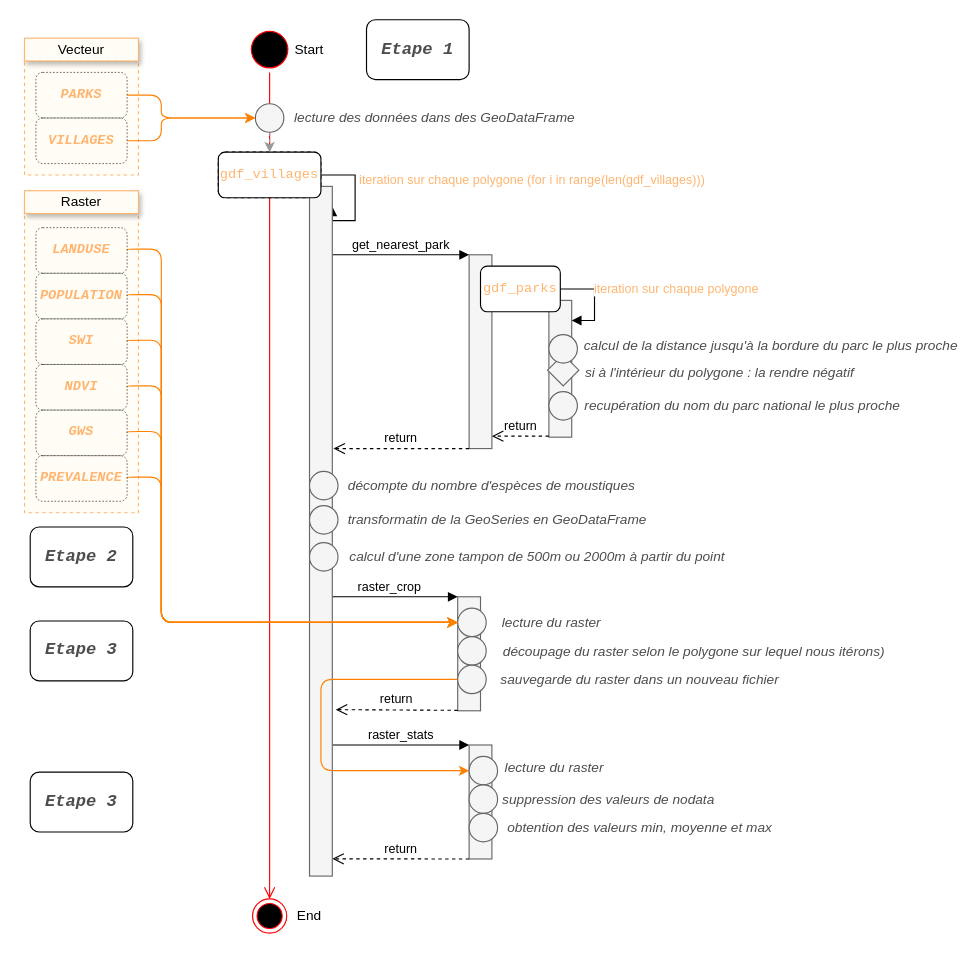
Earlier version of the draw.io diagram page "Par villages" (2 of 3) of docs/INPMT_simple.drawio (pierre-manchon/INPMT). Source tidied: cells renumbered, new cells numbered last; positions are measured from the earlier drawing's top-left corner, leaving out a move shared by most shapes. Both pictures are drawn from the tidied source at 114%, with x=0, y=0 at pixel (24, 19).
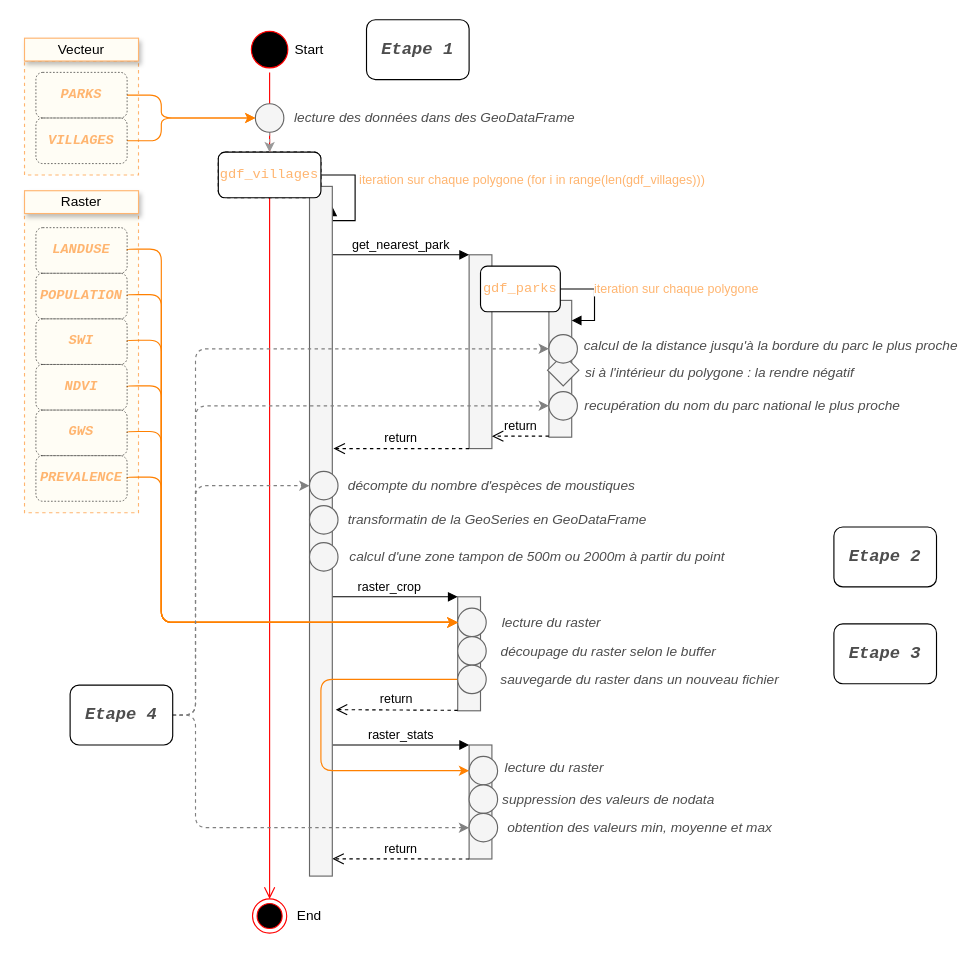
The same diagram, later.

Unchanged cells that the change refers to:
```xml
<mxCell id="41" style="ellipse;whiteSpace=wrap;html=1;rounded=1;shadow=0;glass=0;labelBackgroundColor=none;sketch=0;fontColor=#333333;strokeColor=#666666;strokeWidth=1;fillColor=#f5f5f5;" parent="1" vertex="1">
  <mxGeometry x="250" y="396" width="25" height="25" as="geometry" />
</mxCell>
<mxCell id="55" style="ellipse;whiteSpace=wrap;html=1;rounded=1;shadow=0;glass=0;labelBackgroundColor=none;sketch=0;fontColor=#333333;strokeColor=#666666;strokeWidth=1;fillColor=#f5f5f5;" parent="1" vertex="1">
  <mxGeometry x="390" y="696" width="25" height="25" as="geometry" />
</mxCell>
<mxCell id="56" style="ellipse;whiteSpace=wrap;html=1;rounded=1;shadow=0;glass=0;labelBackgroundColor=none;sketch=0;fontColor=#333333;strokeColor=#666666;strokeWidth=1;fillColor=#f5f5f5;" parent="1" vertex="1">
  <mxGeometry x="460" y="326" width="25" height="25" as="geometry" />
</mxCell>
<mxCell id="59" style="ellipse;whiteSpace=wrap;html=1;rounded=1;shadow=0;glass=0;labelBackgroundColor=none;sketch=0;fontColor=#333333;strokeColor=#666666;strokeWidth=1;fillColor=#f5f5f5;" parent="1" vertex="1">
  <mxGeometry x="460" y="276" width="25" height="25" as="geometry" />
</mxCell>
```

What changed in the source:
```diff
@@
-    <mxCell id="44" value="&lt;div&gt;découpage du raster selon le polygone sur lequel nous itérons)&lt;/div&gt;" style="text;html=1;align=center;verticalAlign=middle;whiteSpace=wrap;rounded=0;shadow=0;glass=0;labelBackgroundColor=none;sketch=0;fontColor=#4D4D4D;fontStyle=2;" parent="1" vertex="1">
-      <mxGeometry x="415" y="543.5" width="345" height="20" as="geometry" />
+    <mxCell id="44" value="&lt;div&gt;découpage du raster selon le buffer&lt;/div&gt;" style="text;html=1;align=center;verticalAlign=middle;whiteSpace=wrap;rounded=0;shadow=0;glass=0;labelBackgroundColor=none;sketch=0;fontColor=#4D4D4D;fontStyle=2;" parent="1" vertex="1">
+      <mxGeometry x="415" y="543.5" width="195" height="20" as="geometry" />
     </mxCell>
@@
     <mxCell id="70" value="&lt;pre style=&quot;font-family: &amp;quot;fira code&amp;quot;, monospace; font-size: 15px;&quot;&gt;&lt;pre style=&quot;font-family: &amp;quot;fira code&amp;quot;, monospace; font-size: 15px;&quot;&gt;&lt;font color=&quot;#4d4d4d&quot; style=&quot;line-height: 100%; font-size: 15px;&quot;&gt;Etape 2&lt;/font&gt;&lt;/pre&gt;&lt;/pre&gt;" style="rounded=1;whiteSpace=wrap;html=1;sketch=0;shadow=0;labelBackgroundColor=#ffffff;strokeWidth=1;fontSize=15;fontStyle=3;" parent="1" vertex="1">
-      <mxGeometry x="5" y="444.8" width="90" height="52.5" as="geometry" />
+      <mxGeometry x="710" y="444.8" width="90" height="52.5" as="geometry" />
     </mxCell>
     <mxCell id="71" value="&lt;pre style=&quot;font-family: &amp;quot;fira code&amp;quot; , monospace ; font-size: 15px&quot;&gt;&lt;pre style=&quot;font-family: &amp;quot;fira code&amp;quot; , monospace ; font-size: 15px&quot;&gt;&lt;font color=&quot;#4d4d4d&quot; style=&quot;line-height: 100% ; font-size: 15px&quot;&gt;Etape 3&lt;/font&gt;&lt;/pre&gt;&lt;/pre&gt;" style="rounded=1;whiteSpace=wrap;html=1;sketch=0;shadow=0;labelBackgroundColor=#ffffff;strokeWidth=1;fontSize=15;fontStyle=3;" parent="1" vertex="1">
-      <mxGeometry x="5" y="527.2" width="90" height="52.5" as="geometry" />
+      <mxGeometry x="710" y="529.8" width="90" height="52.5" as="geometry" />
     </mxCell>
+    <mxCell id="76" style="edgeStyle=orthogonalEdgeStyle;rounded=1;jettySize=auto;html=1;exitX=1;exitY=0.5;exitDx=0;exitDy=0;entryX=0;entryY=0.5;entryDx=0;entryDy=0;dashed=1;fontSize=15;fontColor=#4D4D4D;strokeColor=#808080;strokeWidth=1;" parent="1" edge="1" source="72" target="55">
+      <mxGeometry relative="1" as="geometry">
+        <Array as="points">
+          <mxPoint x="150" y="610" />
+          <mxPoint x="150" y="709" />
+        </Array>
+      </mxGeometry>
+    </mxCell>
+    <mxCell id="77" style="edgeStyle=orthogonalEdgeStyle;rounded=1;jettySize=auto;html=1;exitX=1;exitY=0.5;exitDx=0;exitDy=0;entryX=0;entryY=0.5;entryDx=0;entryDy=0;dashed=1;fontSize=15;fontColor=#4D4D4D;strokeColor=#808080;strokeWidth=1;" parent="1" edge="1" source="72" target="41">
+      <mxGeometry relative="1" as="geometry">
+        <Array as="points">
+          <mxPoint x="150" y="610" />
+          <mxPoint x="150" y="409" />
+        </Array>
+      </mxGeometry>
+    </mxCell>
+    <mxCell id="78" style="edgeStyle=orthogonalEdgeStyle;rounded=1;jettySize=auto;html=1;exitX=1;exitY=0.5;exitDx=0;exitDy=0;entryX=0;entryY=0.5;entryDx=0;entryDy=0;dashed=1;fontSize=15;fontColor=#4D4D4D;strokeColor=#808080;strokeWidth=1;" parent="1" edge="1" source="72" target="56">
+      <mxGeometry relative="1" as="geometry">
+        <Array as="points">
+          <mxPoint x="150" y="610" />
+          <mxPoint x="150" y="339" />
+        </Array>
+      </mxGeometry>
+    </mxCell>
+    <mxCell id="79" style="edgeStyle=orthogonalEdgeStyle;rounded=1;jettySize=auto;html=1;exitX=1;exitY=0.5;exitDx=0;exitDy=0;entryX=0;entryY=0.5;entryDx=0;entryDy=0;dashed=1;fontSize=15;fontColor=#4D4D4D;strokeColor=#808080;strokeWidth=1;" parent="1" edge="1" source="72" target="59">
+      <mxGeometry relative="1" as="geometry">
+        <Array as="points">
+          <mxPoint x="150" y="610" />
+          <mxPoint x="150" y="289" />
+        </Array>
+      </mxGeometry>
+    </mxCell>
-    <mxCell id="72" value="&lt;pre style=&quot;font-family: &amp;quot;fira code&amp;quot; , monospace ; font-size: 15px&quot;&gt;&lt;pre style=&quot;font-family: &amp;quot;fira code&amp;quot; , monospace ; font-size: 15px&quot;&gt;&lt;font color=&quot;#4d4d4d&quot; style=&quot;line-height: 100% ; font-size: 15px&quot;&gt;Etape 3&lt;/font&gt;&lt;/pre&gt;&lt;/pre&gt;" style="rounded=1;whiteSpace=wrap;html=1;sketch=0;shadow=0;labelBackgroundColor=#ffffff;strokeWidth=1;fontSize=15;fontStyle=3;" parent="1" vertex="1">
-      <mxGeometry x="5" y="659.8" width="90" height="52.5" as="geometry" />
+    <mxCell id="72" value="&lt;pre style=&quot;font-family: &amp;#34;fira code&amp;#34; , monospace ; font-size: 15px&quot;&gt;&lt;pre style=&quot;font-family: &amp;#34;fira code&amp;#34; , monospace ; font-size: 15px&quot;&gt;&lt;font color=&quot;#4d4d4d&quot; style=&quot;line-height: 100% ; font-size: 15px&quot;&gt;Etape 4&lt;/font&gt;&lt;/pre&gt;&lt;/pre&gt;" style="rounded=1;whiteSpace=wrap;html=1;sketch=0;shadow=0;labelBackgroundColor=#ffffff;strokeWidth=1;fontSize=15;fontStyle=3;" parent="1" vertex="1">
+      <mxGeometry x="40" y="583.5" width="90" height="52.5" as="geometry" />
     </mxCell>
```
